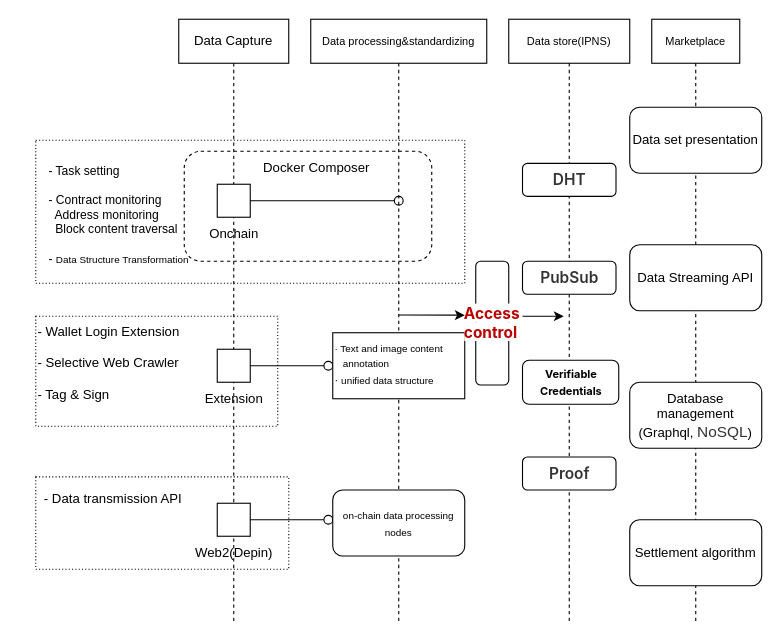
Above: data.drawio in Janction-R-D/janction-docs (draw.io), before the change. Source tidied: cells renumbered, new cells numbered last; positions are measured from the earlier drawing's top-left corner, leaving out a move shared by most shapes. Both pictures are drawn from the tidied source at 110%, with x=0, y=0 at pixel (19, 19).
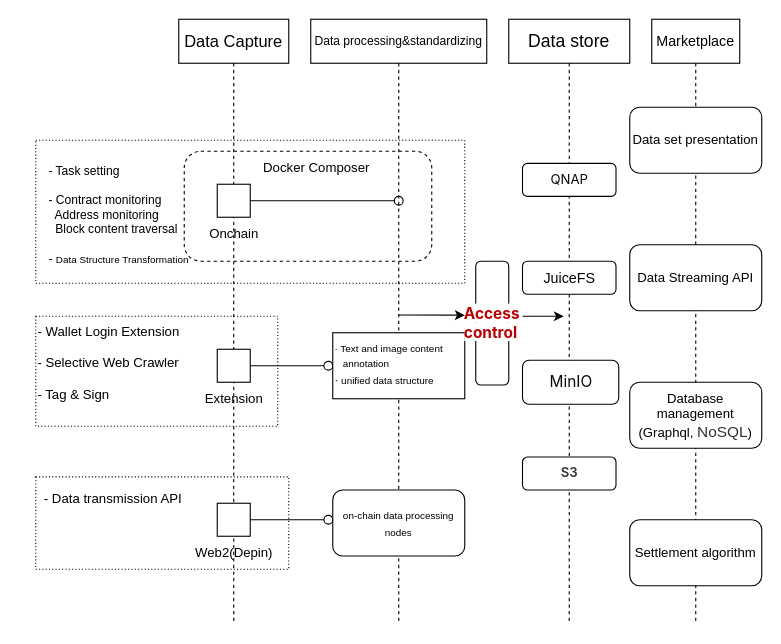
Above is the later version.

Diff of the diagram source:
```diff
@@
-    <mxCell id="2" value="&lt;span style=&quot;text-align: left;&quot;&gt;Data Capture&lt;/span&gt;" style="shape=umlLifeline;perimeter=lifelinePerimeter;whiteSpace=wrap;html=1;newEdgeStyle={&quot;edgeStyle&quot;:&quot;elbowEdgeStyle&quot;,&quot;elbow&quot;:&quot;vertical&quot;,&quot;curved&quot;:0,&quot;rounded&quot;:0};" parent="1" vertex="1">
+    <mxCell id="2" value="&lt;span style=&quot;text-align: left;&quot;&gt;&lt;font style=&quot;font-size: 15px;&quot;&gt;Data Capture&lt;/font&gt;&lt;/span&gt;" style="shape=umlLifeline;perimeter=lifelinePerimeter;whiteSpace=wrap;html=1;newEdgeStyle={&quot;edgeStyle&quot;:&quot;elbowEdgeStyle&quot;,&quot;elbow&quot;:&quot;vertical&quot;,&quot;curved&quot;:0,&quot;rounded&quot;:0};" parent="1" vertex="1">
       <mxGeometry x="145" width="100" height="550" as="geometry" />
     </mxCell>
-    <mxCell id="3" value="&lt;font style=&quot;font-size: 10px;&quot;&gt;Data processing&amp;amp;standardizing&lt;/font&gt;" style="shape=umlLifeline;perimeter=lifelinePerimeter;whiteSpace=wrap;html=1;newEdgeStyle={&quot;edgeStyle&quot;:&quot;elbowEdgeStyle&quot;,&quot;elbow&quot;:&quot;vertical&quot;,&quot;curved&quot;:0,&quot;rounded&quot;:0};" parent="1" vertex="1">
+    <mxCell id="3" value="&lt;font style=&quot;font-size: 11px;&quot;&gt;Data processing&amp;amp;standardizing&lt;/font&gt;" style="shape=umlLifeline;perimeter=lifelinePerimeter;whiteSpace=wrap;html=1;newEdgeStyle={&quot;edgeStyle&quot;:&quot;elbowEdgeStyle&quot;,&quot;elbow&quot;:&quot;vertical&quot;,&quot;curved&quot;:0,&quot;rounded&quot;:0};" parent="1" vertex="1">
       <mxGeometry x="265" width="160" height="550" as="geometry" />
     </mxCell>
@@
-    <mxCell id="12" value="&lt;font style=&quot;font-size: 10px;&quot;&gt;Data store(IPNS)&lt;/font&gt;" style="shape=umlLifeline;perimeter=lifelinePerimeter;whiteSpace=wrap;html=1;newEdgeStyle={&quot;edgeStyle&quot;:&quot;elbowEdgeStyle&quot;,&quot;elbow&quot;:&quot;vertical&quot;,&quot;curved&quot;:0,&quot;rounded&quot;:0};" parent="1" vertex="1">
+    <mxCell id="12" value="&lt;font style=&quot;font-size: 16px;&quot;&gt;Data store&lt;/font&gt;" style="shape=umlLifeline;perimeter=lifelinePerimeter;whiteSpace=wrap;html=1;newEdgeStyle={&quot;edgeStyle&quot;:&quot;elbowEdgeStyle&quot;,&quot;elbow&quot;:&quot;vertical&quot;,&quot;curved&quot;:0,&quot;rounded&quot;:0};" parent="1" vertex="1">
       <mxGeometry x="445" width="110" height="550" as="geometry" />
     </mxCell>
-    <mxCell id="13" value="&lt;font style=&quot;font-size: 10px;&quot;&gt;Marketplace&lt;/font&gt;" style="shape=umlLifeline;perimeter=lifelinePerimeter;whiteSpace=wrap;html=1;newEdgeStyle={&quot;edgeStyle&quot;:&quot;elbowEdgeStyle&quot;,&quot;elbow&quot;:&quot;vertical&quot;,&quot;curved&quot;:0,&quot;rounded&quot;:0};" parent="1" vertex="1">
+    <mxCell id="13" value="&lt;font style=&quot;font-size: 13px;&quot;&gt;Marketplace&lt;/font&gt;" style="shape=umlLifeline;perimeter=lifelinePerimeter;whiteSpace=wrap;html=1;newEdgeStyle={&quot;edgeStyle&quot;:&quot;elbowEdgeStyle&quot;,&quot;elbow&quot;:&quot;vertical&quot;,&quot;curved&quot;:0,&quot;rounded&quot;:0};" parent="1" vertex="1">
       <mxGeometry x="575" width="80" height="550" as="geometry" />
     </mxCell>
@@
-    <mxCell id="31" value="&lt;span style=&quot;font-weight: 600; color: rgba(0, 0, 0, 0.8); font-family: -apple-system, &amp;quot;system-ui&amp;quot;, &amp;quot;Segoe UI&amp;quot;, Roboto, Oxygen, Ubuntu, Cantarell, &amp;quot;Fira Sans&amp;quot;, &amp;quot;Droid Sans&amp;quot;, &amp;quot;Helvetica Neue&amp;quot;, sans-serif; text-align: start; background-color: rgb(255, 255, 255);&quot;&gt;&lt;font style=&quot;vertical-align: inherit; font-size: 14px;&quot;&gt;DHT&lt;/font&gt;&lt;/span&gt;" style="rounded=1;whiteSpace=wrap;html=1;" parent="1" vertex="1">
+    <mxCell id="31" value="&lt;span style=&quot;color: rgb(9, 9, 11); font-family: Inter, &amp;quot;Inter Fallback&amp;quot;, ui-sans-serif, system-ui, -apple-system, &amp;quot;Segoe UI&amp;quot;, Roboto, Ubuntu, Cantarell, &amp;quot;Noto Sans&amp;quot;, sans-serif, &amp;quot;Apple Color Emoji&amp;quot;, &amp;quot;Segoe UI Emoji&amp;quot;, &amp;quot;Segoe UI Symbol&amp;quot;, &amp;quot;Noto Color Emoji&amp;quot;; text-align: start; background-color: rgb(255, 255, 255);&quot;&gt;&lt;font&gt;QNAP&lt;/font&gt;&lt;/span&gt;" style="rounded=1;whiteSpace=wrap;html=1;" parent="1" vertex="1">
       <mxGeometry x="457.5" y="131" width="85" height="30" as="geometry" />
     </mxCell>
-    <mxCell id="32" value="&lt;span style=&quot;font-weight: 600; color: rgba(0, 0, 0, 0.8); font-family: -apple-system, &amp;quot;system-ui&amp;quot;, &amp;quot;Segoe UI&amp;quot;, Roboto, Oxygen, Ubuntu, Cantarell, &amp;quot;Fira Sans&amp;quot;, &amp;quot;Droid Sans&amp;quot;, &amp;quot;Helvetica Neue&amp;quot;, sans-serif; text-align: start; background-color: rgb(255, 255, 255);&quot;&gt;&lt;font style=&quot;vertical-align: inherit; font-size: 14px;&quot;&gt;PubSub&lt;/font&gt;&lt;/span&gt;" style="rounded=1;whiteSpace=wrap;html=1;" parent="1" vertex="1">
+    <mxCell id="32" value="&lt;font style=&quot;font-size: 13px;&quot;&gt;JuiceFS&lt;/font&gt;" style="rounded=1;whiteSpace=wrap;html=1;" parent="1" vertex="1">
       <mxGeometry x="457.5" y="220" width="85" height="30" as="geometry" />
     </mxCell>
@@
-    <mxCell id="36" value="&lt;div style=&quot;&quot;&gt;&lt;font size=&quot;1&quot; face=&quot;-apple-system, system-ui, Segoe UI, Roboto, Oxygen, Ubuntu, Cantarell, Fira Sans, Droid Sans, Helvetica Neue, sans-serif&quot;&gt;&lt;span style=&quot;background-color: rgb(255, 255, 255); font-size: 10px;&quot;&gt;&lt;b&gt;Verifiable Credentials&lt;/b&gt;&lt;/span&gt;&lt;/font&gt;&lt;/div&gt;" style="rounded=1;whiteSpace=wrap;html=1;align=center;" parent="1" vertex="1">
+    <mxCell id="36" value="&lt;div style=&quot;&quot;&gt;&lt;span style=&quot;color: rgb(9, 9, 11); font-family: Inter, &amp;quot;Inter Fallback&amp;quot;, ui-sans-serif, system-ui, -apple-system, &amp;quot;Segoe UI&amp;quot;, Roboto, Ubuntu, Cantarell, &amp;quot;Noto Sans&amp;quot;, sans-serif, &amp;quot;Apple Color Emoji&amp;quot;, &amp;quot;Segoe UI Emoji&amp;quot;, &amp;quot;Segoe UI Symbol&amp;quot;, &amp;quot;Noto Color Emoji&amp;quot;; text-align: start; background-color: rgb(255, 255, 255);&quot;&gt;&lt;font style=&quot;font-size: 14px;&quot;&gt;MinIO&lt;/font&gt;&lt;/span&gt;&lt;/div&gt;" style="rounded=1;whiteSpace=wrap;html=1;align=center;" parent="1" vertex="1">
       <mxGeometry x="457.5" y="310" width="87.5" height="40" as="geometry" />
     </mxCell>
-    <mxCell id="37" value="&lt;span style=&quot;font-weight: 600; color: rgba(0, 0, 0, 0.8); font-family: -apple-system, &amp;quot;system-ui&amp;quot;, &amp;quot;Segoe UI&amp;quot;, Roboto, Oxygen, Ubuntu, Cantarell, &amp;quot;Fira Sans&amp;quot;, &amp;quot;Droid Sans&amp;quot;, &amp;quot;Helvetica Neue&amp;quot;, sans-serif; text-align: start; background-color: rgb(255, 255, 255);&quot;&gt;&lt;font style=&quot;vertical-align: inherit; font-size: 14px;&quot;&gt;Proof&lt;/font&gt;&lt;/span&gt;" style="rounded=1;whiteSpace=wrap;html=1;" parent="1" vertex="1">
+    <mxCell id="37" value="&lt;span style=&quot;font-weight: 600; color: rgba(0, 0, 0, 0.8); font-family: -apple-system, &amp;quot;system-ui&amp;quot;, &amp;quot;Segoe UI&amp;quot;, Roboto, Oxygen, Ubuntu, Cantarell, &amp;quot;Fira Sans&amp;quot;, &amp;quot;Droid Sans&amp;quot;, &amp;quot;Helvetica Neue&amp;quot;, sans-serif; text-align: start; background-color: rgb(255, 255, 255);&quot;&gt;S3&lt;/span&gt;" style="rounded=1;whiteSpace=wrap;html=1;" parent="1" vertex="1">
       <mxGeometry x="457.5" y="398" width="85" height="30" as="geometry" />
     </mxCell>
```
